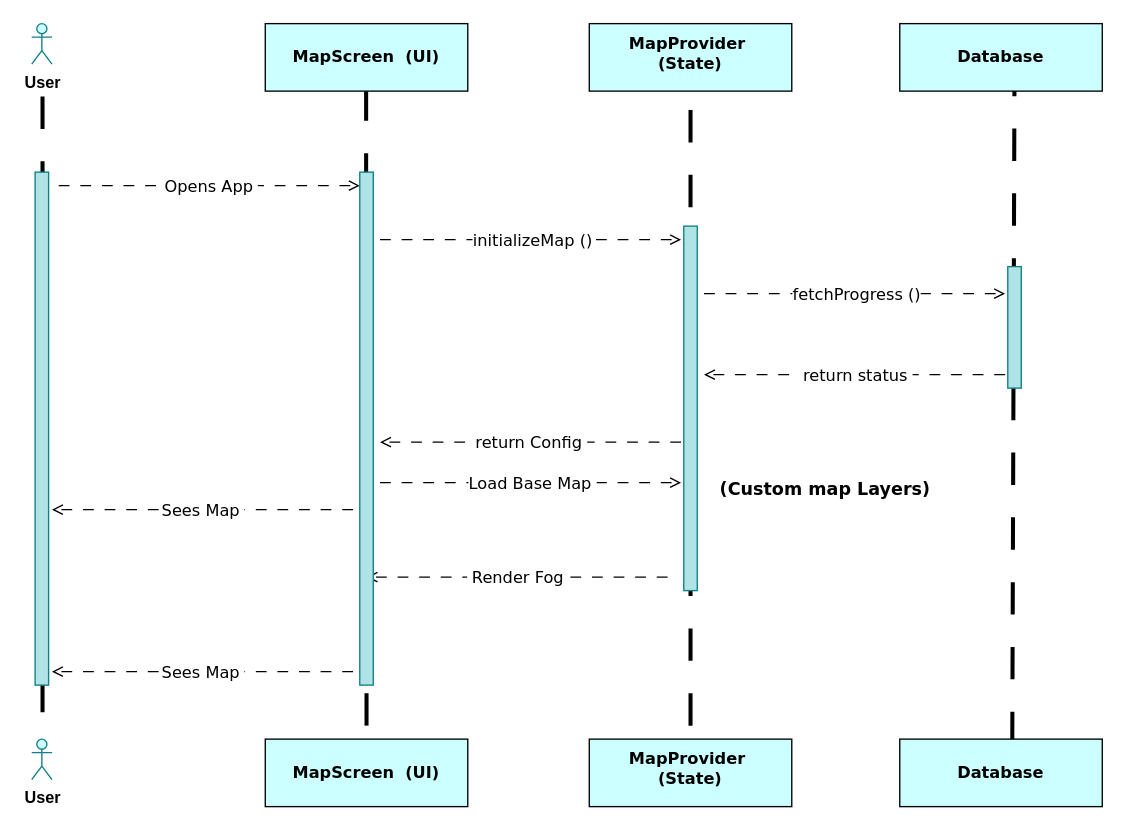
Anuja-jayasinghe/DrawIo_Projects keeps this draw.io diagram as Map_unlocking_system_sequence_diagram.drawio. Above is the earlier version. Source tidied: cells renumbered, new cells numbered last; positions are measured from the earlier drawing's top-left corner, leaving out a move shared by most shapes. Both pictures are drawn from the tidied source at 135%, with x=0, y=0 at pixel (31, 23).
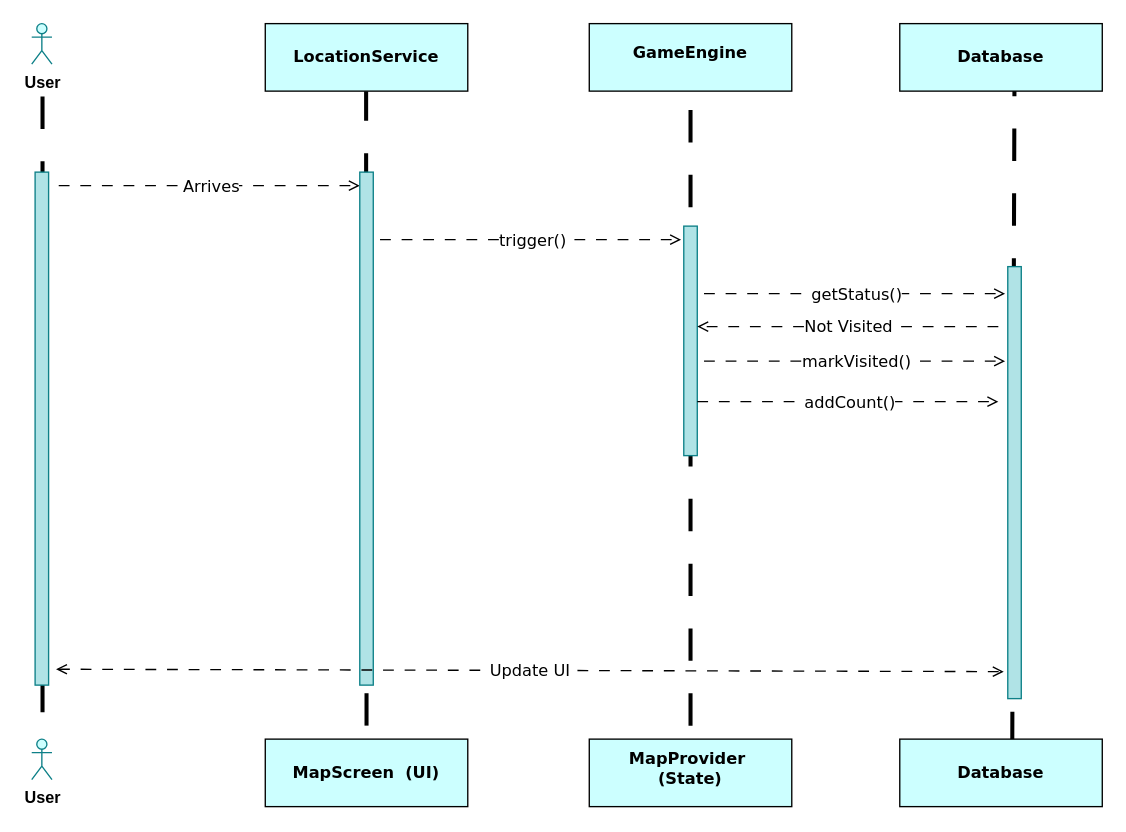
After the change.

The change refers to these unchanged cells:
```xml
<mxCell id="7" style="endArrow=open;html=1;rounded=0;dashed=1;dashPattern=8 8;endFill=0;" parent="1" edge="1">
  <mxGeometry relative="1" as="geometry">
    <mxPoint x="20" y="120" as="sourcePoint" />
    <mxPoint x="243" y="120" as="targetPoint" />
  </mxGeometry>
</mxCell>
<mxCell id="9" style="endArrow=open;html=1;rounded=0;dashed=1;dashPattern=8 8;endFill=0;" parent="1" edge="1">
  <mxGeometry relative="1" as="geometry">
    <mxPoint x="258" y="160" as="sourcePoint" />
    <mxPoint x="481" y="160" as="targetPoint" />
  </mxGeometry>
</mxCell>
<mxCell id="14" style="endArrow=open;html=1;rounded=0;dashed=1;dashPattern=8 8;endFill=0;" parent="1" edge="1">
  <mxGeometry relative="1" as="geometry">
    <mxPoint x="498" y="200" as="sourcePoint" />
    <mxPoint x="721" y="200" as="targetPoint" />
  </mxGeometry>
</mxCell>
<mxCell id="29" style="rounded=0;whiteSpace=wrap;html=1;horizontal=1;direction=south;fillColor=#b0e3e6;strokeColor=#0e8088;" parent="1" vertex="1">
  <mxGeometry x="2.5" y="110" width="10" height="380" as="geometry" />
</mxCell>
```

What changed in the source:
```diff
@@
-    <mxCell id="8" value="&lt;font style=&quot;font-size: 12px;&quot;&gt;Opens App&amp;nbsp;&lt;/font&gt;" style="edgeLabel;html=1;align=center;verticalAlign=middle;fontFamily=Verdana;" parent="7" vertex="1">
+    <mxCell id="8" value="&lt;font style=&quot;font-size: 12px;&quot;&gt;Arrives&lt;/font&gt;" style="edgeLabel;html=1;align=center;verticalAlign=middle;fontFamily=Verdana;" parent="7" vertex="1">
       <mxGeometry relative="1" as="geometry" />
     </mxCell>
@@
-    <mxCell id="10" value="&lt;font style=&quot;font-size: 12px;&quot; face=&quot;Verdana&quot;&gt;initializeMap ()&lt;/font&gt;" style="edgeLabel;html=1;align=center;verticalAlign=middle;" parent="9" vertex="1">
+    <mxCell id="10" value="&lt;font style=&quot;font-size: 12px;&quot; face=&quot;Verdana&quot;&gt;trigger()&lt;/font&gt;" style="edgeLabel;html=1;align=center;verticalAlign=middle;" parent="9" vertex="1">
       <mxGeometry relative="1" as="geometry" />
     </mxCell>
-    <mxCell id="11" value="&lt;font face=&quot;Verdana&quot;&gt;&lt;b&gt;MapScreen&amp;nbsp; (UI)&lt;/b&gt;&lt;/font&gt;" style="text;html=1;whiteSpace=wrap;strokeColor=default;fillColor=#CCFFFF;align=center;verticalAlign=middle;rounded=0;perimeterSpacing=10;spacing=10;" parent="1" vertex="1">
+    <mxCell id="11" value="&lt;font face=&quot;Verdana&quot;&gt;&lt;b&gt;LocationService&lt;/b&gt;&lt;/font&gt;" style="text;html=1;whiteSpace=wrap;strokeColor=default;fillColor=#CCFFFF;align=center;verticalAlign=middle;rounded=0;perimeterSpacing=10;spacing=10;" parent="1" vertex="1">
       <mxGeometry x="173" width="150" height="50" as="geometry" />
     </mxCell>
-    <mxCell id="12" value="&lt;font face=&quot;Verdana&quot;&gt;&lt;b&gt;MapProvider&amp;nbsp; (State)&lt;/b&gt;&lt;/font&gt;" style="text;html=1;whiteSpace=wrap;strokeColor=default;fillColor=#CCFFFF;align=center;verticalAlign=middle;rounded=0;perimeterSpacing=10;spacing=10;spacingTop=1;spacingBottom=7;" parent="1" vertex="1">
+    <mxCell id="12" value="&lt;font face=&quot;Verdana&quot;&gt;&lt;b&gt;GameEngine&lt;/b&gt;&lt;/font&gt;" style="text;html=1;whiteSpace=wrap;strokeColor=default;fillColor=#CCFFFF;align=center;verticalAlign=middle;rounded=0;perimeterSpacing=10;spacing=10;spacingTop=1;spacingBottom=7;" parent="1" vertex="1">
       <mxGeometry x="413" width="150" height="50" as="geometry" />
     </mxCell>
@@
-    <mxCell id="15" value="&lt;font style=&quot;font-size: 12px;&quot; face=&quot;Verdana&quot;&gt;fetchProgress ()&lt;/font&gt;" style="edgeLabel;html=1;align=center;verticalAlign=middle;" parent="14" vertex="1">
+    <mxCell id="15" value="&lt;font style=&quot;font-size: 12px;&quot; face=&quot;Verdana&quot;&gt;getStatus()&lt;/font&gt;" style="edgeLabel;html=1;align=center;verticalAlign=middle;" parent="14" vertex="1">
       <mxGeometry relative="1" as="geometry" />
     </mxCell>
-    <mxCell id="16" style="endArrow=open;html=1;rounded=0;dashed=1;dashPattern=8 8;endFill=0;" parent="1" edge="1">
-      <mxGeometry relative="1" as="geometry">
-        <mxPoint x="721" y="260" as="sourcePoint" />
-        <mxPoint x="498" y="260" as="targetPoint" />
-      </mxGeometry>
-    </mxCell>
-    <mxCell id="17" value="&lt;font style=&quot;font-size: 12px;&quot; face=&quot;Verdana&quot;&gt;&amp;nbsp;return status&amp;nbsp;&lt;/font&gt;" style="edgeLabel;html=1;align=center;verticalAlign=middle;" parent="16" vertex="1">
-      <mxGeometry relative="1" as="geometry" />
-    </mxCell>
-    <mxCell id="18" style="endArrow=open;html=1;rounded=0;dashed=1;dashPattern=8 8;endFill=0;" parent="1" edge="1">
-      <mxGeometry relative="1" as="geometry">
-        <mxPoint x="238" y="360" as="sourcePoint" />
-        <mxPoint x="15" y="360" as="targetPoint" />
-      </mxGeometry>
-    </mxCell>
-    <mxCell id="19" value="&lt;font face=&quot;Verdana&quot;&gt;&lt;span style=&quot;font-size: 12px;&quot;&gt;Sees Map&amp;nbsp;&lt;/span&gt;&lt;/font&gt;" style="edgeLabel;html=1;align=center;verticalAlign=middle;" parent="18" vertex="1">
-      <mxGeometry relative="1" as="geometry" />
-    </mxCell>
-    <mxCell id="20" style="endArrow=open;html=1;rounded=0;dashed=1;dashPattern=8 8;endFill=0;" parent="1" edge="1">
-      <mxGeometry relative="1" as="geometry">
-        <mxPoint x="481" y="310" as="sourcePoint" />
-        <mxPoint x="258" y="310" as="targetPoint" />
-      </mxGeometry>
-    </mxCell>
-    <mxCell id="21" value="&lt;font style=&quot;font-size: 12px;&quot; face=&quot;Verdana&quot;&gt;return Config&amp;nbsp;&lt;/font&gt;" style="edgeLabel;html=1;align=center;verticalAlign=middle;" parent="20" vertex="1">
-      <mxGeometry relative="1" as="geometry" />
-    </mxCell>
-    <mxCell id="22" style="endArrow=open;html=1;rounded=0;dashed=1;dashPattern=8 8;endFill=0;" parent="1" edge="1">
-      <mxGeometry relative="1" as="geometry">
-        <mxPoint x="258" y="340" as="sourcePoint" />
-        <mxPoint x="481" y="340" as="targetPoint" />
-      </mxGeometry>
-    </mxCell>
-    <mxCell id="23" value="&lt;font style=&quot;font-size: 12px;&quot; face=&quot;Verdana&quot;&gt;Load Base Map&amp;nbsp;&lt;/font&gt;" style="edgeLabel;html=1;align=center;verticalAlign=middle;" parent="22" vertex="1">
-      <mxGeometry relative="1" as="geometry" />
-    </mxCell>
-    <mxCell id="24" value="&lt;font face=&quot;Verdana&quot;&gt;&lt;b&gt;(Custom map Layers)&lt;/b&gt;&lt;/font&gt;" style="text;html=1;whiteSpace=wrap;strokeColor=none;fillColor=none;align=center;verticalAlign=middle;rounded=0;fontSize=13;" parent="1" vertex="1">
-      <mxGeometry x="498" y="330" width="180" height="30" as="geometry" />
-    </mxCell>
-    <mxCell id="25" style="endArrow=open;html=1;rounded=0;dashed=1;dashPattern=8 8;endFill=0;" parent="1" edge="1">
-      <mxGeometry relative="1" as="geometry">
-        <mxPoint x="238" y="480" as="sourcePoint" />
-        <mxPoint x="15" y="480" as="targetPoint" />
-      </mxGeometry>
-    </mxCell>
-    <mxCell id="26" value="&lt;font face=&quot;Verdana&quot;&gt;&lt;span style=&quot;font-size: 12px;&quot;&gt;Sees Map&amp;nbsp;&lt;/span&gt;&lt;/font&gt;" style="edgeLabel;html=1;align=center;verticalAlign=middle;" parent="25" vertex="1">
-      <mxGeometry relative="1" as="geometry" />
-    </mxCell>
-    <mxCell id="27" style="endArrow=open;html=1;rounded=0;dashed=1;dashPattern=8 8;endFill=0;" parent="1" edge="1">
-      <mxGeometry relative="1" as="geometry">
-        <mxPoint x="471" y="410" as="sourcePoint" />
-        <mxPoint x="248" y="410" as="targetPoint" />
-      </mxGeometry>
-    </mxCell>
-    <mxCell id="28" value="&lt;font face=&quot;Verdana&quot;&gt;&lt;span style=&quot;font-size: 12px;&quot;&gt;&amp;nbsp;Render Fog&amp;nbsp;&lt;/span&gt;&lt;/font&gt;" style="edgeLabel;html=1;align=center;verticalAlign=middle;" parent="27" vertex="1">
-      <mxGeometry relative="1" as="geometry" />
-    </mxCell>
@@
     <mxCell id="32" style="rounded=0;whiteSpace=wrap;html=1;horizontal=1;direction=south;fillColor=#b0e3e6;strokeColor=#0e8088;" parent="1" vertex="1">
-      <mxGeometry x="483" y="150" width="10" height="270" as="geometry" />
+      <mxGeometry x="483" y="150" width="10" height="170" as="geometry" />
     </mxCell>
     <mxCell id="33" style="rounded=0;whiteSpace=wrap;html=1;horizontal=1;direction=south;fillColor=#b0e3e6;strokeColor=#0e8088;" parent="1" vertex="1">
-      <mxGeometry x="723" y="180" width="10" height="90" as="geometry" />
+      <mxGeometry x="723" y="180" width="10" height="320" as="geometry" />
     </mxCell>
@@
+    <mxCell id="38" style="endArrow=open;html=1;rounded=0;dashed=1;dashPattern=8 8;endFill=0;" parent="1" edge="1">
+      <mxGeometry relative="1" as="geometry">
+        <mxPoint x="716" y="224.4" as="sourcePoint" />
+        <mxPoint x="493" y="224.4" as="targetPoint" />
+      </mxGeometry>
+    </mxCell>
+    <mxCell id="39" value="&lt;font face=&quot;Verdana&quot;&gt;&lt;span style=&quot;font-size: 12px;&quot;&gt;Not Visited&lt;/span&gt;&lt;/font&gt;" style="edgeLabel;html=1;align=center;verticalAlign=middle;" parent="38" vertex="1">
+      <mxGeometry relative="1" as="geometry" />
+    </mxCell>
+    <mxCell id="40" style="endArrow=open;html=1;rounded=0;dashed=1;dashPattern=8 8;endFill=0;" parent="1" edge="1">
+      <mxGeometry relative="1" as="geometry">
+        <mxPoint x="498" y="250" as="sourcePoint" />
+        <mxPoint x="721" y="250" as="targetPoint" />
+      </mxGeometry>
+    </mxCell>
+    <mxCell id="41" value="&lt;font style=&quot;font-size: 12px;&quot; face=&quot;Verdana&quot;&gt;markVisited()&lt;/font&gt;" style="edgeLabel;html=1;align=center;verticalAlign=middle;" parent="40" vertex="1">
+      <mxGeometry relative="1" as="geometry" />
+    </mxCell>
+    <mxCell id="42" style="endArrow=open;html=1;rounded=0;dashed=1;dashPattern=8 8;endFill=0;" parent="1" edge="1">
+      <mxGeometry relative="1" as="geometry">
+        <mxPoint x="493" y="280" as="sourcePoint" />
+        <mxPoint x="716" y="280" as="targetPoint" />
+      </mxGeometry>
+    </mxCell>
+    <mxCell id="43" value="&lt;font style=&quot;font-size: 12px;&quot; face=&quot;Verdana&quot;&gt;addCount()&lt;/font&gt;" style="edgeLabel;html=1;align=center;verticalAlign=middle;" parent="42" vertex="1">
+      <mxGeometry relative="1" as="geometry" />
+    </mxCell>
+    <mxCell id="44" style="endArrow=open;html=1;rounded=0;dashed=1;dashPattern=8 8;endFill=0;startArrow=open;startFill=0;exitX=0.969;exitY=-0.55;exitDx=0;exitDy=0;exitPerimeter=0;" parent="1" edge="1" source="29">
+      <mxGeometry relative="1" as="geometry">
+        <mxPoint x="720" y="480" as="targetPoint" />
+      </mxGeometry>
+    </mxCell>
+    <mxCell id="45" value="&lt;font style=&quot;font-size: 12px;&quot; face=&quot;Verdana&quot;&gt;Update UI&lt;/font&gt;" style="edgeLabel;html=1;align=center;verticalAlign=middle;" parent="44" vertex="1">
+      <mxGeometry relative="1" as="geometry" />
+    </mxCell>
```
